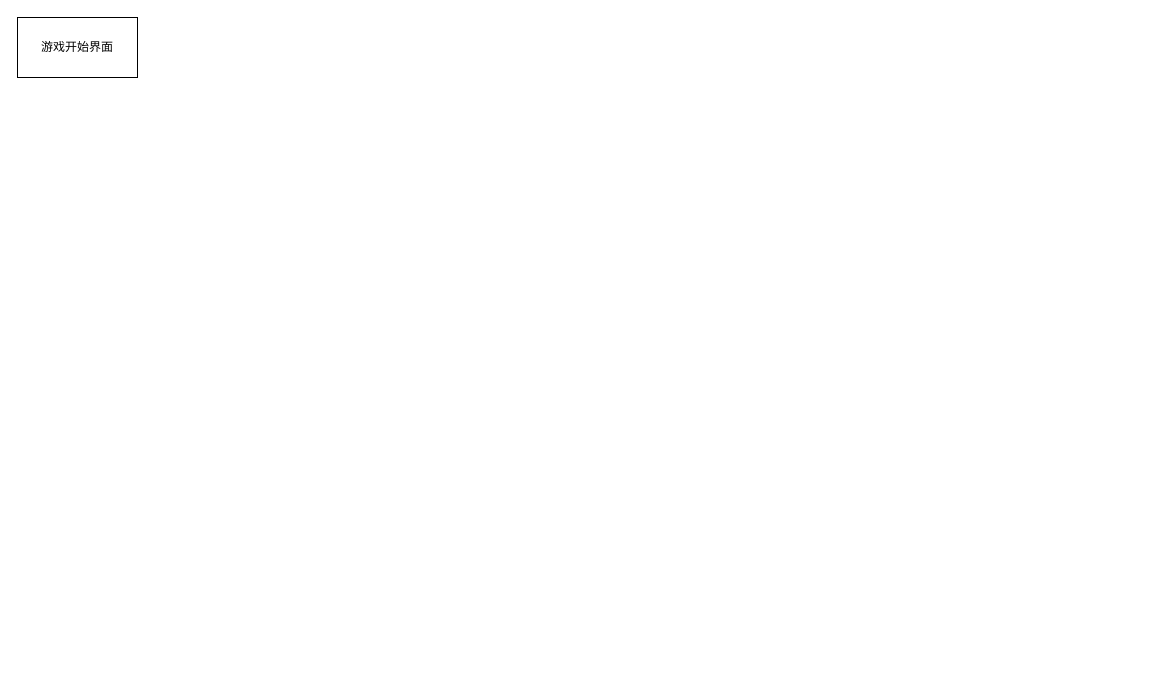
Luincans/Cloudcan keeps this draw.io diagram as Untitled Diagram.drawio. Above is the earlier version. Source tidied: cells renumbered, new cells numbered last; positions are measured from the earlier drawing's top-left corner, leaving out a move shared by most shapes. Both pictures are drawn from the tidied source at 100%, with x=0, y=0 at pixel (17, 17).
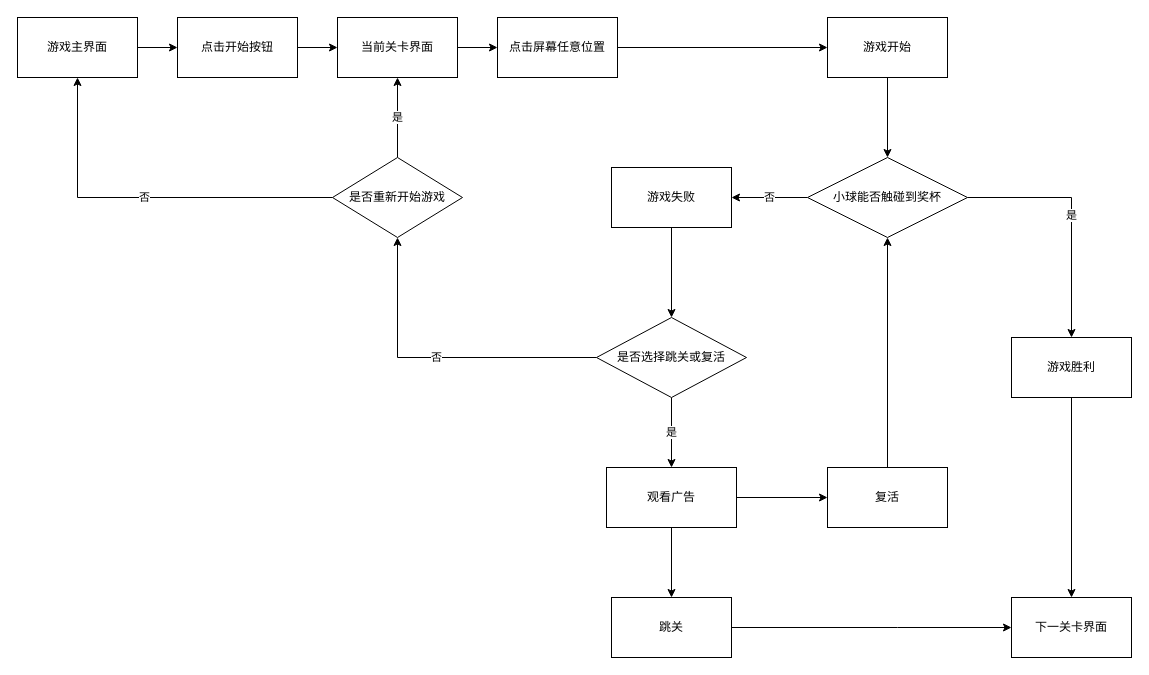
After the change.

The edit, as a diff of the source:
```diff
@@
+    <mxCell id="3" style="edgeStyle=orthogonalEdgeStyle;rounded=0;jettySize=auto;html=1;" parent="1" edge="1" source="2" target="5">
+      <mxGeometry relative="1" as="geometry" />
+    </mxCell>
-    <mxCell id="2" value="游戏开始界面" style="rounded=0;whiteSpace=wrap;html=1;" parent="1" vertex="1">
+    <mxCell id="2" value="游戏主界面" style="rounded=0;whiteSpace=wrap;html=1;" parent="1" vertex="1">
       <mxGeometry width="120" height="60" as="geometry" />
     </mxCell>
+    <mxCell id="4" style="edgeStyle=orthogonalEdgeStyle;rounded=0;jettySize=auto;html=1;" parent="1" edge="1" source="5" target="7">
+      <mxGeometry relative="1" as="geometry" />
+    </mxCell>
+    <mxCell id="5" value="点击开始按钮" style="rounded=0;whiteSpace=wrap;html=1;" parent="1" vertex="1">
+      <mxGeometry x="160" width="120" height="60" as="geometry" />
+    </mxCell>
+    <mxCell id="6" style="edgeStyle=orthogonalEdgeStyle;rounded=0;jettySize=auto;html=1;" parent="1" edge="1" source="7" target="9">
+      <mxGeometry relative="1" as="geometry" />
+    </mxCell>
+    <mxCell id="7" value="当前关卡界面" style="rounded=0;whiteSpace=wrap;html=1;" parent="1" vertex="1">
+      <mxGeometry x="320" width="120" height="60" as="geometry" />
+    </mxCell>
+    <mxCell id="8" style="edgeStyle=orthogonalEdgeStyle;rounded=0;jettySize=auto;html=1;" parent="1" edge="1" source="9" target="11">
+      <mxGeometry relative="1" as="geometry" />
+    </mxCell>
+    <mxCell id="9" value="点击屏幕任意位置" style="rounded=0;whiteSpace=wrap;html=1;" parent="1" vertex="1">
+      <mxGeometry x="480" width="120" height="60" as="geometry" />
+    </mxCell>
+    <mxCell id="10" style="edgeStyle=orthogonalEdgeStyle;rounded=0;jettySize=auto;html=1;exitX=0.5;exitY=1;exitDx=0;exitDy=0;" parent="1" edge="1" source="11" target="14">
+      <mxGeometry relative="1" as="geometry" />
+    </mxCell>
+    <mxCell id="11" value="游戏开始" style="rounded=0;whiteSpace=wrap;html=1;" parent="1" vertex="1">
+      <mxGeometry x="810" width="120" height="60" as="geometry" />
+    </mxCell>
+    <mxCell id="12" value="是" style="edgeStyle=orthogonalEdgeStyle;rounded=0;jettySize=auto;html=1;exitX=1;exitY=0.5;exitDx=0;exitDy=0;" parent="1" edge="1" source="14" target="16">
+      <mxGeometry relative="1" as="geometry" />
+    </mxCell>
+    <mxCell id="13" value="否" style="edgeStyle=orthogonalEdgeStyle;rounded=0;jettySize=auto;html=1;" parent="1" edge="1" source="14" target="18">
+      <mxGeometry relative="1" as="geometry" />
+    </mxCell>
+    <mxCell id="14" value="小球能否触碰到奖杯" style="rhombus;whiteSpace=wrap;html=1;" parent="1" vertex="1">
+      <mxGeometry x="790" y="140" width="160" height="80" as="geometry" />
+    </mxCell>
+    <mxCell id="15" style="edgeStyle=orthogonalEdgeStyle;rounded=0;jettySize=auto;html=1;" parent="1" edge="1" source="16" target="28">
+      <mxGeometry relative="1" as="geometry" />
+    </mxCell>
+    <mxCell id="16" value="游戏胜利" style="rounded=0;whiteSpace=wrap;html=1;" parent="1" vertex="1">
+      <mxGeometry x="994" y="320" width="120" height="60" as="geometry" />
+    </mxCell>
+    <mxCell id="17" style="edgeStyle=orthogonalEdgeStyle;rounded=0;jettySize=auto;html=1;exitX=0.5;exitY=1;exitDx=0;exitDy=0;entryX=0.5;entryY=0;entryDx=0;entryDy=0;" parent="1" edge="1" source="18" target="21">
+      <mxGeometry relative="1" as="geometry" />
+    </mxCell>
+    <mxCell id="18" value="游戏失败" style="rounded=0;whiteSpace=wrap;html=1;" parent="1" vertex="1">
+      <mxGeometry x="594" y="150" width="120" height="60" as="geometry" />
+    </mxCell>
+    <mxCell id="19" value="否" style="edgeStyle=orthogonalEdgeStyle;rounded=0;jettySize=auto;html=1;exitX=0;exitY=0.5;exitDx=0;exitDy=0;" parent="1" edge="1" source="21" target="27">
+      <mxGeometry relative="1" as="geometry" />
+    </mxCell>
+    <mxCell id="20" value="是" style="edgeStyle=orthogonalEdgeStyle;rounded=0;jettySize=auto;html=1;" parent="1" edge="1" source="21" target="24">
+      <mxGeometry relative="1" as="geometry" />
+    </mxCell>
+    <mxCell id="21" value="是否选择跳关或复活" style="rhombus;whiteSpace=wrap;html=1;" parent="1" vertex="1">
+      <mxGeometry x="579" y="300" width="150" height="80" as="geometry" />
+    </mxCell>
+    <mxCell id="22" style="edgeStyle=orthogonalEdgeStyle;rounded=0;jettySize=auto;html=1;" parent="1" edge="1" source="24" target="30">
+      <mxGeometry relative="1" as="geometry" />
+    </mxCell>
+    <mxCell id="23" style="edgeStyle=orthogonalEdgeStyle;rounded=0;jettySize=auto;html=1;" parent="1" edge="1" source="24" target="32">
+      <mxGeometry relative="1" as="geometry" />
+    </mxCell>
+    <mxCell id="24" value="观看广告" style="rounded=0;whiteSpace=wrap;html=1;" parent="1" vertex="1">
+      <mxGeometry x="589" y="450" width="130" height="60" as="geometry" />
+    </mxCell>
+    <mxCell id="25" value="否" style="edgeStyle=orthogonalEdgeStyle;rounded=0;jettySize=auto;html=1;entryX=0.5;entryY=1;entryDx=0;entryDy=0;" parent="1" edge="1" source="27" target="2">
+      <mxGeometry relative="1" as="geometry" />
+    </mxCell>
+    <mxCell id="26" value="是" style="edgeStyle=orthogonalEdgeStyle;rounded=0;jettySize=auto;html=1;" parent="1" edge="1" source="27" target="7">
+      <mxGeometry relative="1" as="geometry" />
+    </mxCell>
+    <mxCell id="27" value="是否重新开始游戏" style="rhombus;whiteSpace=wrap;html=1;" parent="1" vertex="1">
+      <mxGeometry x="315" y="140" width="130" height="80" as="geometry" />
+    </mxCell>
+    <mxCell id="28" value="下一关卡界面" style="rounded=0;whiteSpace=wrap;html=1;" parent="1" vertex="1">
+      <mxGeometry x="994" y="580" width="120" height="60" as="geometry" />
+    </mxCell>
+    <mxCell id="29" style="edgeStyle=orthogonalEdgeStyle;rounded=0;jettySize=auto;html=1;entryX=0;entryY=0.5;entryDx=0;entryDy=0;" parent="1" edge="1" source="30" target="28">
+      <mxGeometry relative="1" as="geometry">
+        <Array as="points">
+          <mxPoint x="880" y="610" />
+          <mxPoint x="880" y="610" />
+        </Array>
+      </mxGeometry>
+    </mxCell>
+    <mxCell id="30" value="跳关" style="rounded=0;whiteSpace=wrap;html=1;" parent="1" vertex="1">
+      <mxGeometry x="594" y="580" width="120" height="60" as="geometry" />
+    </mxCell>
+    <mxCell id="31" style="edgeStyle=orthogonalEdgeStyle;rounded=0;jettySize=auto;html=1;exitX=0.5;exitY=0;exitDx=0;exitDy=0;entryX=0.5;entryY=1;entryDx=0;entryDy=0;" parent="1" edge="1" source="32" target="14">
+      <mxGeometry relative="1" as="geometry" />
+    </mxCell>
+    <mxCell id="32" value="复活" style="rounded=0;whiteSpace=wrap;html=1;" parent="1" vertex="1">
+      <mxGeometry x="810" y="450" width="120" height="60" as="geometry" />
+    </mxCell>
```
